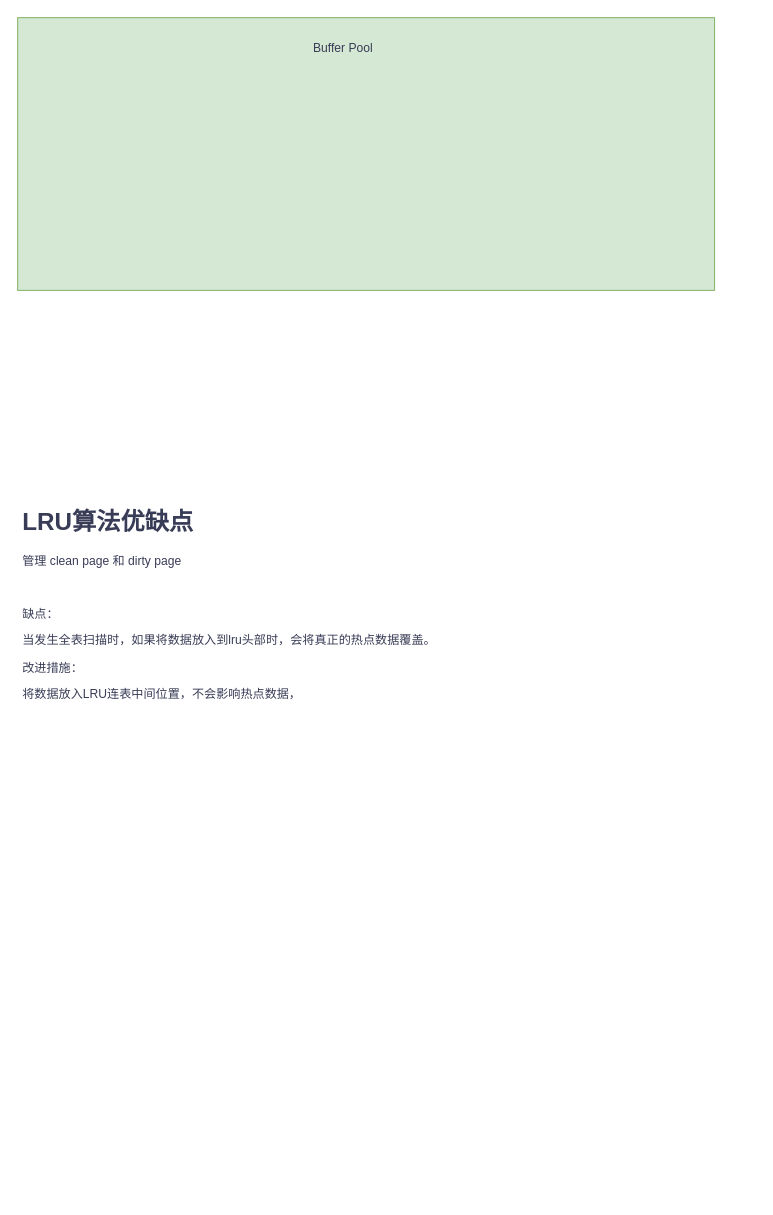
Earlier version of the draw.io diagram mysql/innodb engner.drawio (heihei180/temp_file). Source tidied: cells renumbered, new cells numbered last; positions are measured from the earlier drawing's top-left corner, leaving out a move shared by most shapes. Both pictures are drawn from the tidied source at 101%, with x=0, y=0 at pixel (17, 17).
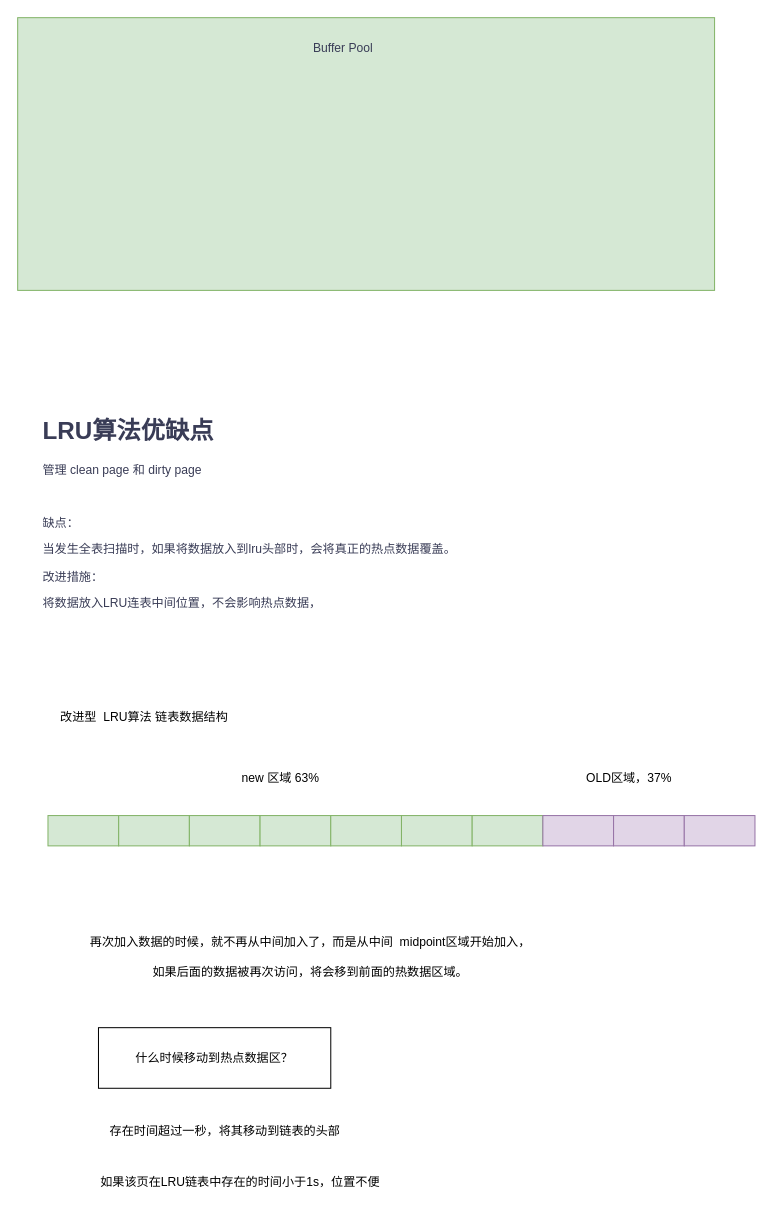
The same diagram, later.

What changed in the source:
```diff
@@
     <mxCell id="4" value="&lt;h1&gt;LRU算法优缺点&lt;br&gt;&lt;/h1&gt;&lt;p&gt;管理 clean page 和 dirty page&lt;/p&gt;&lt;p&gt;&lt;br&gt;&lt;/p&gt;&lt;p&gt;缺点：&lt;/p&gt;&lt;p&gt;当发生全表扫描时，如果将数据放入到lru头部时，会将真正的热点数据覆盖。&lt;/p&gt;&lt;p&gt;改进措施：&lt;/p&gt;&lt;p&gt;将数据放入LRU连表中间位置，不会影响热点数据，&lt;br&gt;&lt;/p&gt;" style="text;html=1;spacing=5;spacingTop=-20;whiteSpace=wrap;overflow=hidden;rounded=0;fontColor=#393C56;" parent="1" vertex="1">
-      <mxGeometry y="480" width="690" height="230" as="geometry" />
+      <mxGeometry x="20" y="390" width="690" height="230" as="geometry" />
     </mxCell>
+    <mxCell id="5" style="rounded=0;whiteSpace=wrap;html=1;fillColor=#d5e8d4;strokeColor=#82b366;" parent="1" vertex="1">
+      <mxGeometry x="30" y="790" width="70" height="30" as="geometry" />
+    </mxCell>
+    <mxCell id="6" style="rounded=0;whiteSpace=wrap;html=1;fillColor=#d5e8d4;strokeColor=#82b366;" parent="1" vertex="1">
+      <mxGeometry x="100" y="790" width="70" height="30" as="geometry" />
+    </mxCell>
+    <mxCell id="7" style="rounded=0;whiteSpace=wrap;html=1;fillColor=#d5e8d4;strokeColor=#82b366;" parent="1" vertex="1">
+      <mxGeometry x="170" y="790" width="70" height="30" as="geometry" />
+    </mxCell>
+    <mxCell id="8" style="rounded=0;whiteSpace=wrap;html=1;fillColor=#d5e8d4;strokeColor=#82b366;" parent="1" vertex="1">
+      <mxGeometry x="240" y="790" width="70" height="30" as="geometry" />
+    </mxCell>
+    <mxCell id="9" style="rounded=0;whiteSpace=wrap;html=1;fillColor=#d5e8d4;strokeColor=#82b366;" parent="1" vertex="1">
+      <mxGeometry x="310" y="790" width="70" height="30" as="geometry" />
+    </mxCell>
+    <mxCell id="10" style="rounded=0;whiteSpace=wrap;html=1;fillColor=#d5e8d4;strokeColor=#82b366;" parent="1" vertex="1">
+      <mxGeometry x="380" y="790" width="70" height="30" as="geometry" />
+    </mxCell>
+    <mxCell id="11" style="rounded=0;whiteSpace=wrap;html=1;fillColor=#d5e8d4;strokeColor=#82b366;" parent="1" vertex="1">
+      <mxGeometry x="450" y="790" width="70" height="30" as="geometry" />
+    </mxCell>
+    <mxCell id="12" style="rounded=0;whiteSpace=wrap;html=1;fillColor=#e1d5e7;strokeColor=#9673a6;" parent="1" vertex="1">
+      <mxGeometry x="520" y="790" width="70" height="30" as="geometry" />
+    </mxCell>
+    <mxCell id="13" style="rounded=0;whiteSpace=wrap;html=1;fillColor=#e1d5e7;strokeColor=#9673a6;" parent="1" vertex="1">
+      <mxGeometry x="590" y="790" width="70" height="30" as="geometry" />
+    </mxCell>
+    <mxCell id="14" style="rounded=0;whiteSpace=wrap;html=1;fillColor=#e1d5e7;strokeColor=#9673a6;" parent="1" vertex="1">
+      <mxGeometry x="660" y="790" width="70" height="30" as="geometry" />
+    </mxCell>
+    <mxCell id="15" value="new 区域 63%" style="text;html=1;align=center;verticalAlign=middle;strokeColor=none;fillColor=none;" parent="1" vertex="1">
+      <mxGeometry x="210" y="738" width="100" height="30" as="geometry" />
+    </mxCell>
+    <mxCell id="16" value="OLD区域，37%" style="text;html=1;align=center;verticalAlign=middle;strokeColor=none;fillColor=none;" parent="1" vertex="1">
+      <mxGeometry x="550" y="738" width="110" height="30" as="geometry" />
+    </mxCell>
+    <mxCell id="17" value="&lt;div&gt;再次加入数据的时候，就不再从中间加入了，而是从中间&amp;nbsp; midpoint区域开始加入，&lt;/div&gt;&lt;div&gt;&lt;br&gt;&lt;/div&gt;&lt;div&gt;如果后面的数据被再次访问，将会移到前面的热数据区域。&lt;br&gt;&lt;/div&gt;" style="text;html=1;align=center;verticalAlign=middle;whiteSpace=wrap;rounded=0;" parent="1" vertex="1">
+      <mxGeometry x="30" y="890" width="520" height="80" as="geometry" />
+    </mxCell>
+    <mxCell id="18" value="改进型&amp;nbsp; LRU算法 链表数据结构" style="text;html=1;align=center;verticalAlign=middle;strokeColor=none;fillColor=none;" parent="1" vertex="1">
+      <mxGeometry x="30" y="678" width="190" height="30" as="geometry" />
+    </mxCell>
+    <mxCell id="19" value="什么时候移动到热点数据区？" style="rounded=0;whiteSpace=wrap;html=1;" parent="1" vertex="1">
+      <mxGeometry x="80" y="1000" width="230" height="60" as="geometry" />
+    </mxCell>
+    <mxCell id="20" value="存在时间超过一秒，将其移动到链表的头部" style="text;html=1;align=center;verticalAlign=middle;strokeColor=none;fillColor=none;" parent="1" vertex="1">
+      <mxGeometry x="80" y="1088" width="250" height="30" as="geometry" />
+    </mxCell>
+    <mxCell id="21" value="如果该页在LRU链表中存在的时间小于1s，位置不便" style="text;html=1;align=center;verticalAlign=middle;strokeColor=none;fillColor=none;" parent="1" vertex="1">
+      <mxGeometry x="70" y="1138" width="300" height="30" as="geometry" />
+    </mxCell>
```
